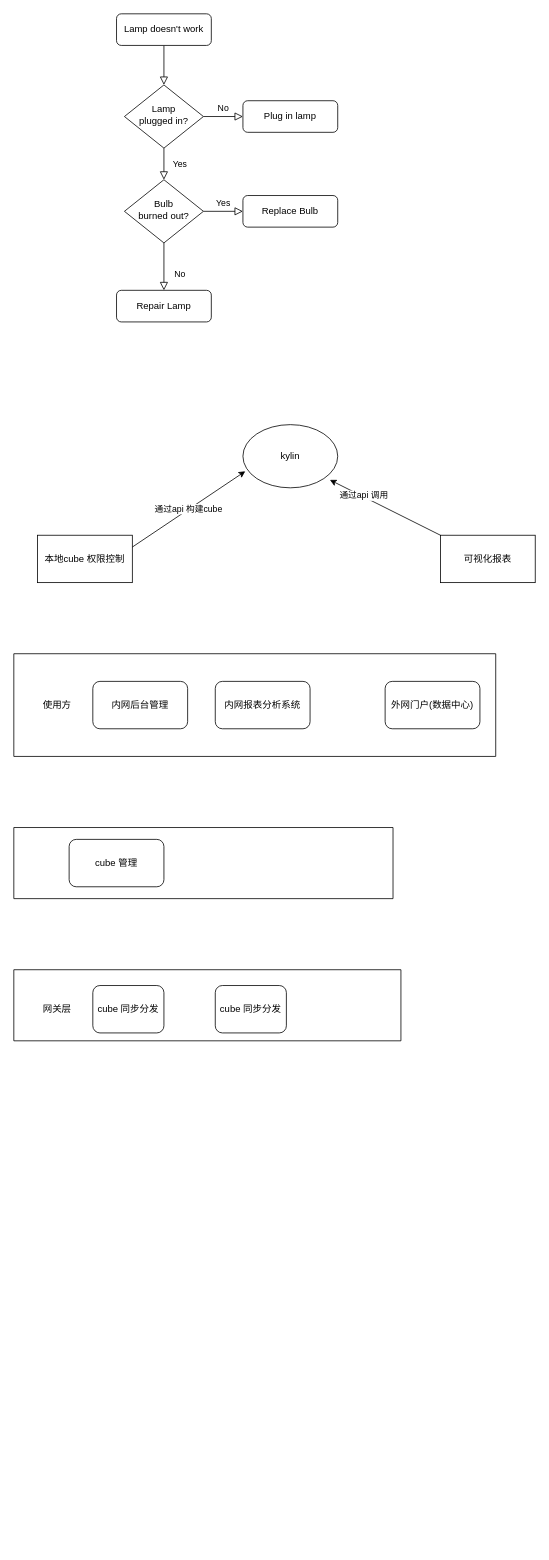
This is Untitled Diagram.drawio from bandly/drawio, a draw.io file, before an edit. Source tidied: cells renumbered, new cells numbered last; positions are measured from the earlier drawing's top-left corner, leaving out a move shared by most shapes. Both pictures are drawn from the tidied source at 79%, with x=0, y=0 at pixel (13, 13).
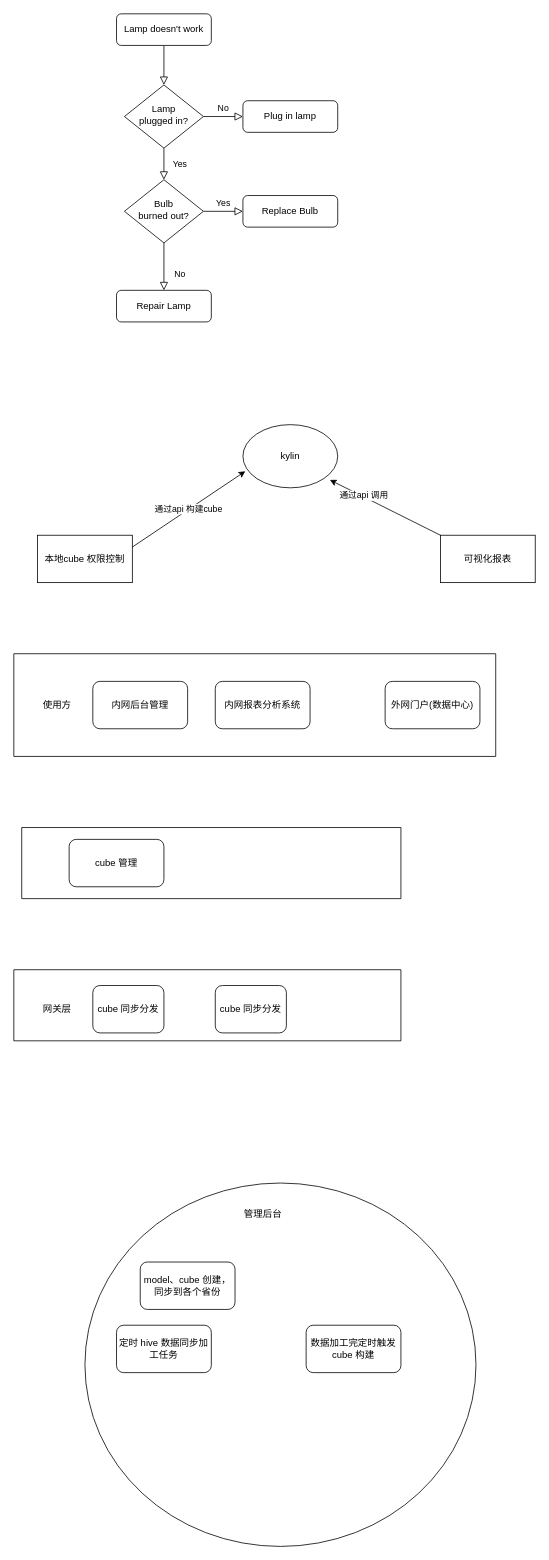
The same diagram, later.

The edit, as a diff of the source:
```diff
@@
     <mxCell id="24" style="verticalLabelPosition=bottom;verticalAlign=top;html=1;shape=mxgraph.basic.rect;fillColor2=none;strokeWidth=1;size=20;indent=5;" parent="1" vertex="1">
-      <mxGeometry y="1030" width="480" height="90" as="geometry" />
+      <mxGeometry x="10" y="1030" width="480" height="90" as="geometry" />
     </mxCell>
@@
+    <mxCell id="30" style="ellipse;whiteSpace=wrap;html=1;" parent="1" vertex="1">
+      <mxGeometry x="90" y="1480" width="495" height="460" as="geometry" />
+    </mxCell>
+    <mxCell id="31" value="model、cube 创建，同步到各个省份" style="rounded=1;whiteSpace=wrap;html=1;" parent="1" vertex="1">
+      <mxGeometry x="160" y="1580" width="120" height="60" as="geometry" />
+    </mxCell>
+    <mxCell id="32" value="管理后台" style="text;html=1;strokeColor=none;fillColor=none;align=center;verticalAlign=middle;whiteSpace=wrap;rounded=0;" parent="1" vertex="1">
+      <mxGeometry x="262.5" y="1510" width="105" height="20" as="geometry" />
+    </mxCell>
+    <mxCell id="33" value="定时 hive 数据同步加工任务" style="rounded=1;whiteSpace=wrap;html=1;" parent="1" vertex="1">
+      <mxGeometry x="130" y="1660" width="120" height="60" as="geometry" />
+    </mxCell>
+    <mxCell id="34" value="数据加工完定时触发cube 构建" style="rounded=1;whiteSpace=wrap;html=1;" parent="1" vertex="1">
+      <mxGeometry x="370" y="1660" width="120" height="60" as="geometry" />
+    </mxCell>
```
